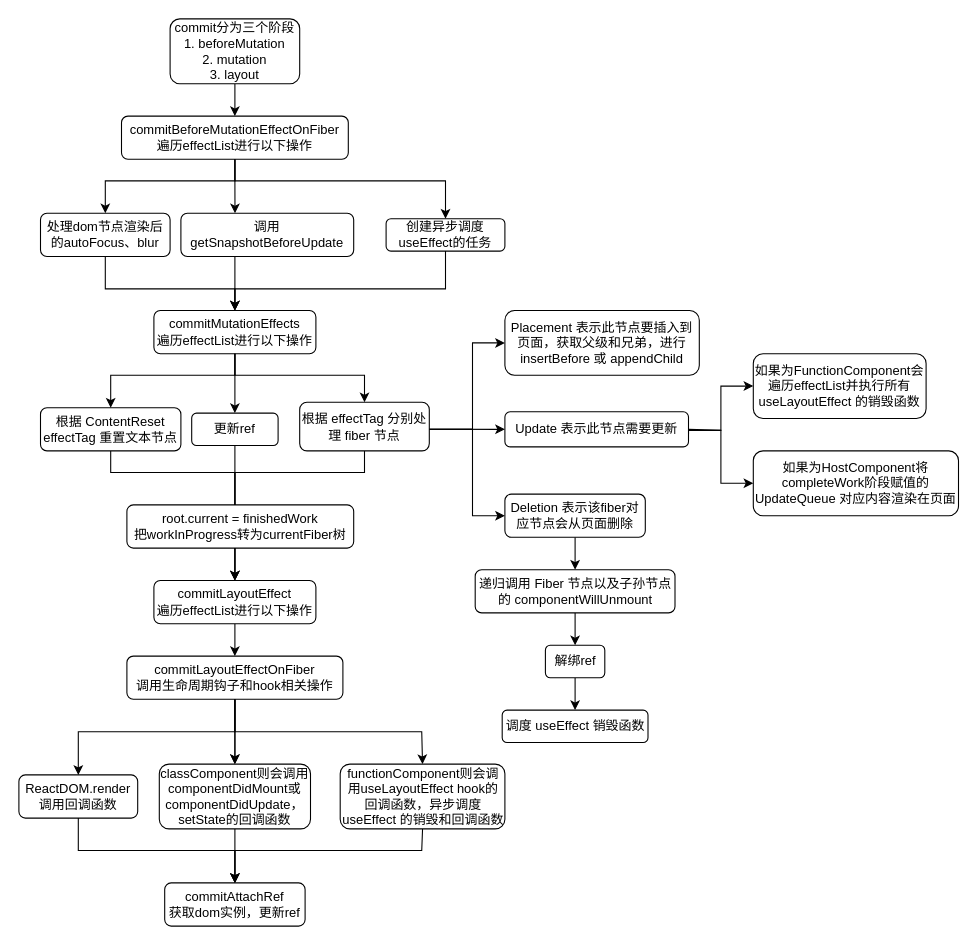
Above: frontend/react/commit阶段.drawio in Loloao/draw.ioRepo (draw.io), before the change. Source tidied: cells renumbered, new cells numbered last; positions are measured from the earlier drawing's top-left corner, leaving out a move shared by most shapes. Both pictures are drawn from the tidied source at 108%, with x=0, y=0 at pixel (18, 18).
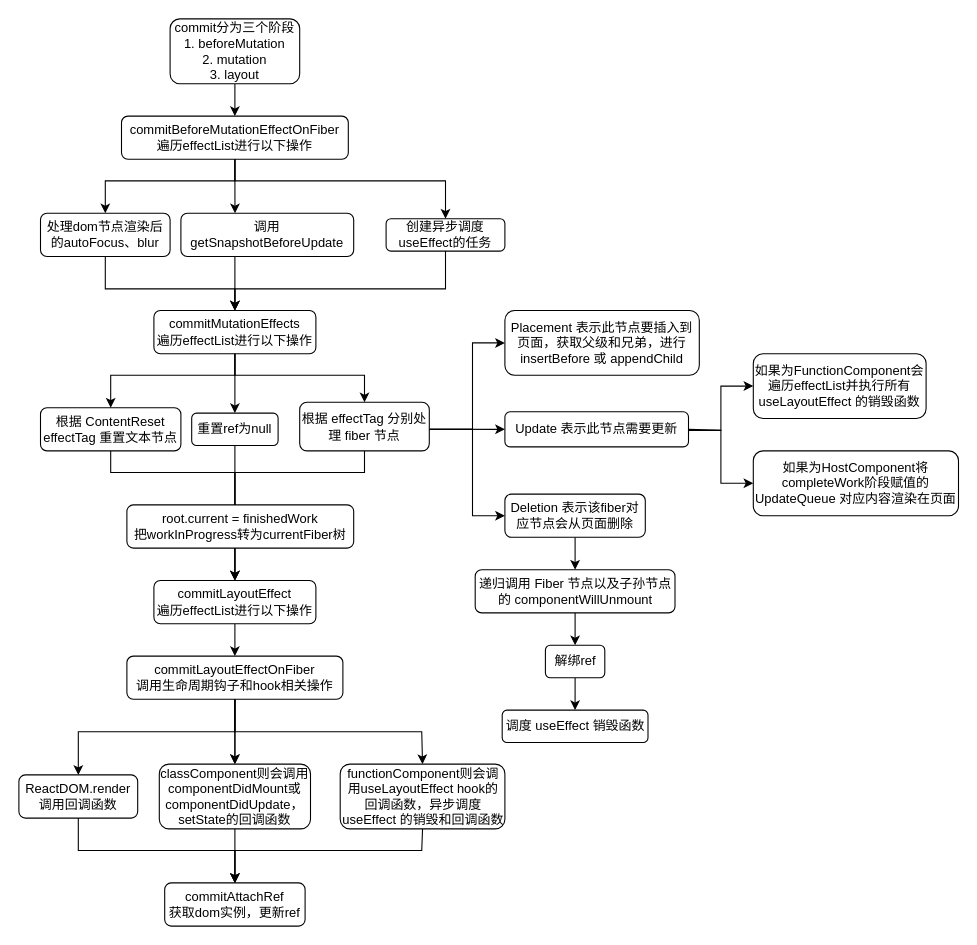
The same diagram, later.

Commit message (it also covers changes not shown here):
:sparkles: react diff

Diff of the diagram source:
```diff
@@
-    <mxCell id="17" value="更新ref" style="rounded=1;whiteSpace=wrap;html=1;" parent="1" vertex="1">
+    <mxCell id="17" value="重置ref为null" style="rounded=1;whiteSpace=wrap;html=1;" parent="1" vertex="1">
       <mxGeometry x="160" y="365" width="80" height="30" as="geometry" />
     </mxCell>
```
